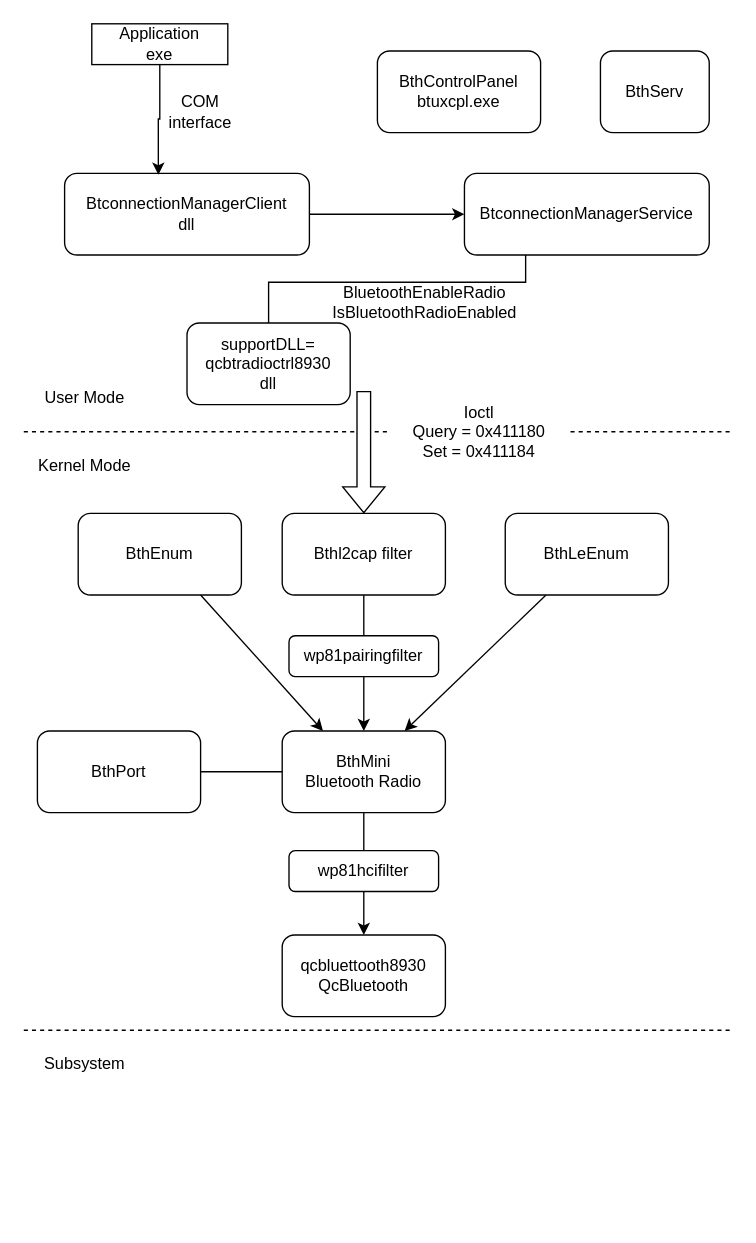
The draw.io diagram content/bluetooth/BluetoothStack.drawio in fredericGette/Lumia520, before the edit. Source tidied: cells renumbered, new cells numbered last; positions are measured from the earlier drawing's top-left corner, leaving out a move shared by most shapes. Both pictures are drawn from the tidied source at 136%, with x=0, y=0 at pixel (23, 23).
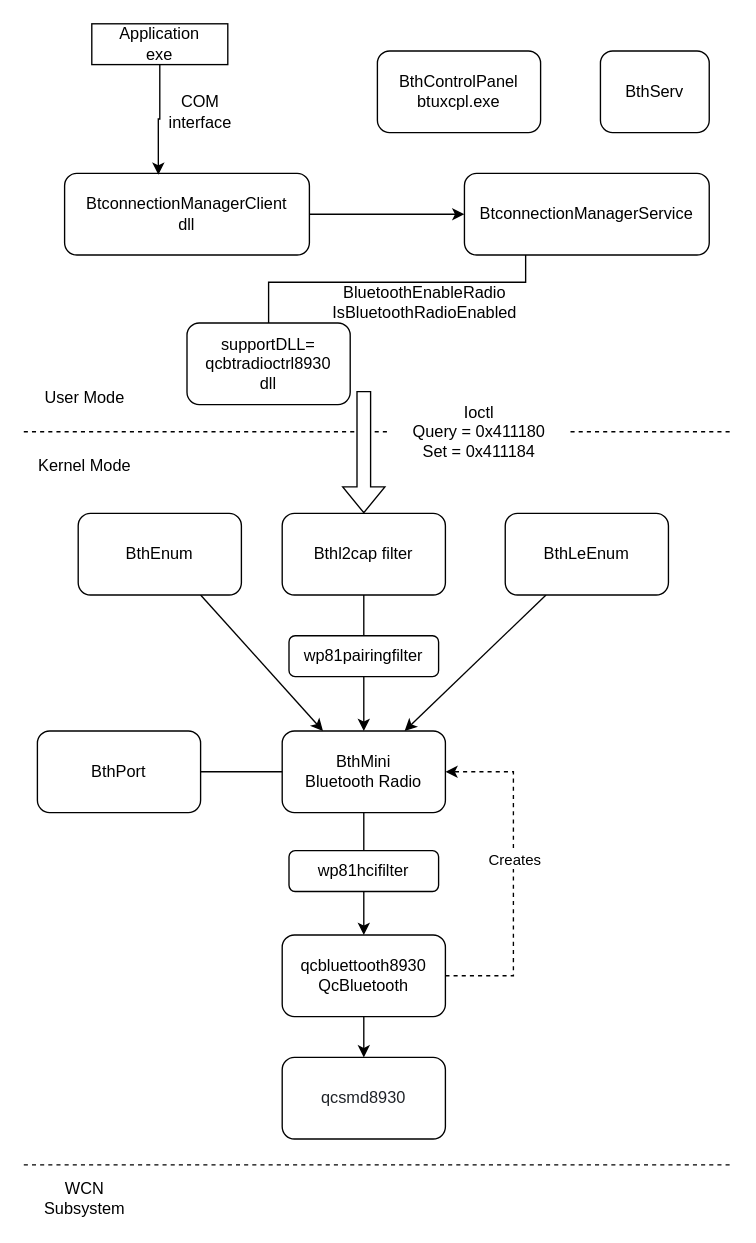
Above is the later version.

Unchanged cells that the change refers to:
```xml
<mxCell id="19" value="BthMini&lt;div&gt;Bluetooth Radio&lt;/div&gt;" style="rounded=1;whiteSpace=wrap;html=1;" parent="1" vertex="1">
  <mxGeometry x="190" y="520" width="120" height="60" as="geometry" />
</mxCell>
<mxCell id="24" value="qcbluettooth8930&lt;div&gt;QcBluetooth&lt;/div&gt;" style="rounded=1;whiteSpace=wrap;html=1;" parent="1" vertex="1">
  <mxGeometry x="190" y="670" width="120" height="60" as="geometry" />
</mxCell>
```

What changed in the source:
```diff
@@
     <mxCell id="5" style="endArrow=none;dashed=1;html=1;rounded=0;" parent="1" edge="1">
       <mxGeometry relative="1" as="geometry">
-        <mxPoint y="740" as="sourcePoint" />
-        <mxPoint x="520" y="740" as="targetPoint" />
+        <mxPoint y="839" as="sourcePoint" />
+        <mxPoint x="520" y="839" as="targetPoint" />
       </mxGeometry>
     </mxCell>
-    <mxCell id="6" value="Subsystem" style="text;html=1;align=center;verticalAlign=middle;whiteSpace=wrap;rounded=0;" parent="1" vertex="1">
-      <mxGeometry y="750" width="90" height="30" as="geometry" />
+    <mxCell id="6" value="WCN Subsystem" style="text;html=1;align=center;verticalAlign=middle;whiteSpace=wrap;rounded=0;" parent="1" vertex="1">
+      <mxGeometry y="849" width="90" height="30" as="geometry" />
     </mxCell>
@@
+    <mxCell id="35" style="edgeStyle=orthogonalEdgeStyle;rounded=0;jettySize=auto;html=1;exitX=0.5;exitY=1;exitDx=0;exitDy=0;entryX=0.5;entryY=0;entryDx=0;entryDy=0;" parent="1" edge="1" source="24" target="38">
+      <mxGeometry relative="1" as="geometry" />
+    </mxCell>
+    <mxCell id="36" style="edgeStyle=orthogonalEdgeStyle;rounded=0;jettySize=auto;html=1;exitX=1;exitY=0.5;exitDx=0;exitDy=0;entryX=1;entryY=0.5;entryDx=0;entryDy=0;dashed=1;" parent="1" edge="1" source="24" target="19">
+      <mxGeometry relative="1" as="geometry">
+        <Array as="points">
+          <mxPoint x="360" y="700" />
+          <mxPoint x="360" y="550" />
+        </Array>
+      </mxGeometry>
+    </mxCell>
+    <mxCell id="37" value="Creates" style="edgeLabel;html=1;align=center;verticalAlign=middle;" parent="36" vertex="1">
+      <mxGeometry x="0.09" relative="1" as="geometry" />
+    </mxCell>
@@
+    <mxCell id="38" value="&lt;span style=&quot;color: rgb(31, 35, 40); text-align: start; background-color: rgb(255, 255, 255);&quot;&gt;&lt;font face=&quot;Helvetica&quot;&gt;qcsmd8930&lt;/font&gt;&lt;/span&gt;" style="rounded=1;whiteSpace=wrap;html=1;" parent="1" vertex="1">
+      <mxGeometry x="190" y="760" width="120" height="60" as="geometry" />
+    </mxCell>
```
